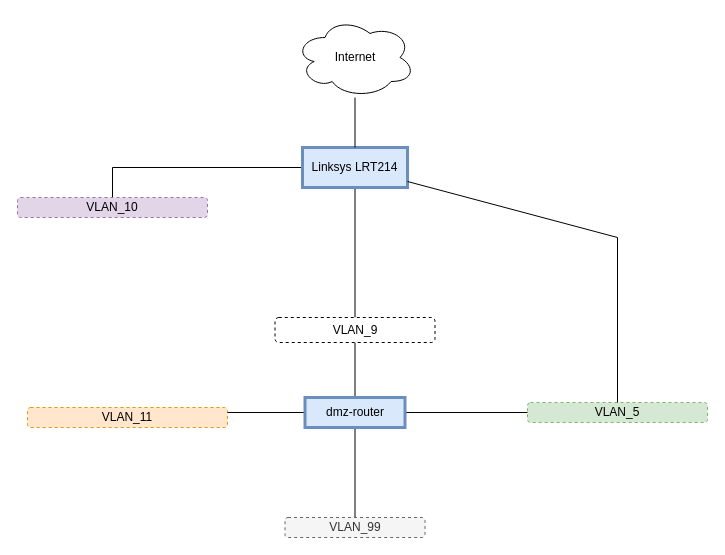
jakobum/draw.io keeps this draw.io diagram as page "NETWORK" (1 of 2) of Experiments.drawio. Above is the earlier version. Source tidied: cells renumbered, new cells numbered last; positions are measured from the earlier drawing's top-left corner, leaving out a move shared by most shapes. Both pictures are drawn from the tidied source at 100%, with x=0, y=0 at pixel (17, 17).
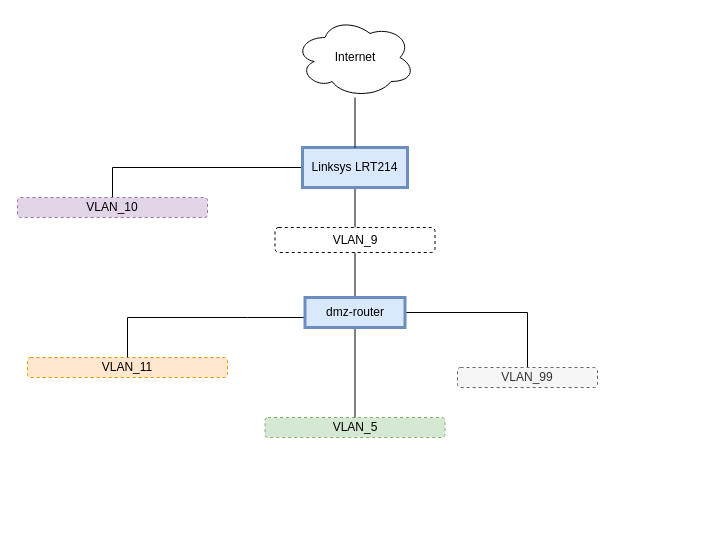
Above is the later version.

The change refers to these unchanged cells:
```xml
<mxCell id="5" value="Linksys&amp;nbsp;LRT214" style="rounded=0;whiteSpace=wrap;html=1;fillColor=#dae8fc;strokeColor=#6c8ebf;strokeWidth=3;" parent="1" vertex="1">
  <mxGeometry x="285" y="130" width="105" height="40" as="geometry" />
</mxCell>
```

What changed in the source:
```diff
@@
     <mxCell id="7" value="&lt;div&gt;VLAN_5&lt;/div&gt;" style="rounded=1;whiteSpace=wrap;html=1;fillColor=#d5e8d4;strokeColor=#82b366;dashed=1;" parent="1" vertex="1">
-      <mxGeometry x="510" y="385" width="180" height="20" as="geometry" />
+      <mxGeometry x="247.5" y="400" width="180" height="20" as="geometry" />
     </mxCell>
-    <mxCell id="8" style="endArrow=none;html=1;rounded=0;" parent="1" edge="1" source="7" target="5">
-      <mxGeometry relative="1" as="geometry">
-        <Array as="points">
-          <mxPoint x="600" y="220" />
-        </Array>
-      </mxGeometry>
-    </mxCell>
@@
     <mxCell id="10" value="VLAN_11" style="rounded=1;whiteSpace=wrap;html=1;fillColor=#ffe6cc;strokeColor=#d79b00;dashed=1;" parent="1" vertex="1">
-      <mxGeometry x="10" y="390" width="200" height="20" as="geometry" />
+      <mxGeometry x="10" y="340" width="200" height="20" as="geometry" />
     </mxCell>
@@
     <mxCell id="12" value="VLAN_9" style="rounded=1;whiteSpace=wrap;html=1;dashed=1;" parent="1" vertex="1">
-      <mxGeometry x="257.5" y="300" width="160" height="25" as="geometry" />
+      <mxGeometry x="257.5" y="210" width="160" height="25" as="geometry" />
     </mxCell>
     <mxCell id="13" style="edgeStyle=orthogonalEdgeStyle;rounded=0;jettySize=auto;html=1;endArrow=none;endFill=0;" parent="1" edge="1" source="16" target="10">
       <mxGeometry relative="1" as="geometry">
         <Array as="points">
-          <mxPoint x="140" y="400" />
+          <mxPoint x="230" y="300" />
+          <mxPoint x="230" y="300" />
         </Array>
       </mxGeometry>
     </mxCell>
@@
     <mxCell id="16" value="dmz-router" style="rounded=0;whiteSpace=wrap;html=1;strokeWidth=3;fillColor=#dae8fc;strokeColor=#6c8ebf;" parent="1" vertex="1">
-      <mxGeometry x="287.5" y="380" width="100" height="30" as="geometry" />
+      <mxGeometry x="287.5" y="280" width="100" height="30" as="geometry" />
     </mxCell>
     <mxCell id="17" value="&lt;div&gt;VLAN_99&lt;/div&gt;" style="rounded=1;whiteSpace=wrap;html=1;dashed=1;fillColor=#f5f5f5;fontColor=#333333;strokeColor=#666666;" parent="1" vertex="1">
-      <mxGeometry x="267.5" y="500" width="140" height="20" as="geometry" />
+      <mxGeometry x="440" y="350" width="140" height="20" as="geometry" />
     </mxCell>
```
